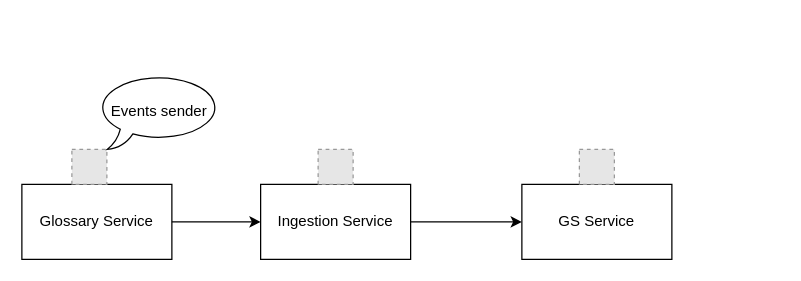
Before: assets/ingestion_service.drawio in ganisback/draw.io, a draw.io diagram. Source tidied: cells renumbered, new cells numbered last; positions are measured from the earlier drawing's top-left corner, leaving out a move shared by most shapes. Both pictures are drawn from the tidied source at 125%, with x=0, y=0 at pixel (21, 74). Pictures stored in the file or linked from it are replaced by grey dashed boxes.
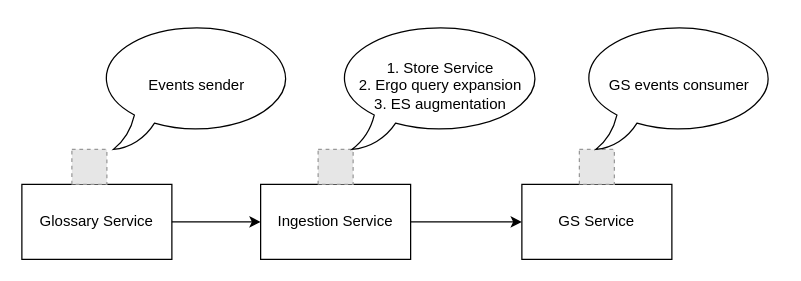
The same diagram, later.

Diff of the diagram source:
```diff
@@
 <mxGraphModel>
   <root>
     <mxCell id="0" />
     <mxCell id="1" parent="0" />
     <mxCell id="2" value="Glossary Service" style="rounded=0;whiteSpace=wrap;html=1;" parent="1" vertex="1">
       <mxGeometry y="88" width="120" height="60" as="geometry" />
     </mxCell>
     <mxCell id="3" value="Ingestion Service" style="rounded=0;whiteSpace=wrap;html=1;" parent="1" vertex="1">
       <mxGeometry x="191" y="88" width="120" height="60" as="geometry" />
     </mxCell>
     <mxCell id="4" value="GS Service" style="rounded=0;whiteSpace=wrap;html=1;" parent="1" vertex="1">
       <mxGeometry x="400" y="88" width="120" height="60" as="geometry" />
     </mxCell>
     <mxCell id="5" style="endArrow=classic;html=1;rounded=0;exitX=1;exitY=0.5;exitDx=0;exitDy=0;entryX=0;entryY=0.5;entryDx=0;entryDy=0;" parent="1" edge="1" source="2" target="3">
       <mxGeometry relative="1" as="geometry" />
     </mxCell>
     <mxCell id="6" style="endArrow=classic;html=1;rounded=0;exitX=1;exitY=0.5;exitDx=0;exitDy=0;entryX=0;entryY=0.5;entryDx=0;entryDy=0;" parent="1" edge="1" source="3" target="4">
       <mxGeometry relative="1" as="geometry" />
     </mxCell>
     <mxCell id="7" style="fillColor=#E6E6E6;strokeColor=#999999;dashed=1;html=1;verticalAlign=top;verticalLabelPosition=bottom;labelBackgroundColor=#ffffff;" parent="1" vertex="1">
       <mxGeometry x="40" y="60" width="28" height="28" as="geometry" />
     </mxCell>
     <mxCell id="8" style="fillColor=#E6E6E6;strokeColor=#999999;dashed=1;html=1;verticalAlign=top;verticalLabelPosition=bottom;labelBackgroundColor=#ffffff;" parent="1" vertex="1">
       <mxGeometry x="237" y="60" width="28" height="28" as="geometry" />
     </mxCell>
     <mxCell id="9" style="fillColor=#E6E6E6;strokeColor=#999999;dashed=1;html=1;verticalAlign=top;verticalLabelPosition=bottom;labelBackgroundColor=#ffffff;" parent="1" vertex="1">
       <mxGeometry x="446" y="60" width="28" height="28" as="geometry" />
     </mxCell>
     <mxCell id="10" value="Events sender" style="whiteSpace=wrap;html=1;shape=mxgraph.basic.oval_callout;" parent="1" vertex="1">
-      <mxGeometry x="60" width="100" height="60" as="geometry" />
+      <mxGeometry x="60" y="-42" width="160" height="102" as="geometry" />
     </mxCell>
+    <mxCell id="11" value="1. Store Service&lt;br&gt;2. Ergo query expansion&lt;br&gt;3. ES augmentation" style="whiteSpace=wrap;html=1;shape=mxgraph.basic.oval_callout;" parent="1" vertex="1">
+      <mxGeometry x="250" y="-42" width="170" height="102" as="geometry" />
+    </mxCell>
+    <mxCell id="12" value="GS events consumer" style="whiteSpace=wrap;html=1;shape=mxgraph.basic.oval_callout;" parent="1" vertex="1">
+      <mxGeometry x="446" y="-42" width="160" height="102" as="geometry" />
+    </mxCell>
   </root>
 </mxGraphModel>
```
